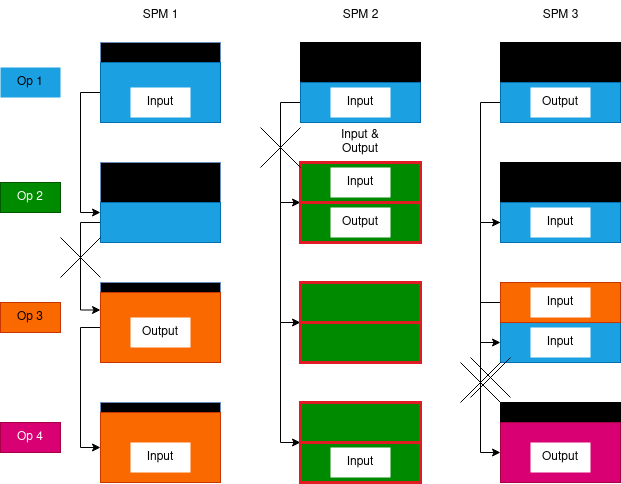
The draw.io diagram Figures/reuse_example_pin_all.png in mapochamp/tyj27_drexel_masters_thesis, before a commit. Source tidied: cells renumbered, new cells last; positions are measured from the earlier drawing's top-left corner, leaving out a move shared by most shapes. The source it was exported from:
```xml
<mxGraphModel>
  <root>
    <mxCell id="0" />
    <mxCell id="1" parent="0" />
    <mxCell id="2" style="rounded=0;whiteSpace=wrap;html=1;fillColor=#000000;strokeColor=#6c8ebf;" parent="1" vertex="1">
      <mxGeometry x="100" y="42" width="120" height="80" as="geometry" />
    </mxCell>
    <mxCell id="3" style="rounded=0;whiteSpace=wrap;html=1;strokeColor=#000000;fillColor=#000000;" parent="1" vertex="1">
      <mxGeometry x="300" y="42" width="120" height="80" as="geometry" />
    </mxCell>
    <mxCell id="4" style="rounded=0;whiteSpace=wrap;html=1;fillColor=#000000;" parent="1" vertex="1">
      <mxGeometry x="500" y="42" width="120" height="80" as="geometry" />
    </mxCell>
    <mxCell id="5" value="Op 1" style="text;html=1;strokeColor=none;fillColor=#1BA1E2;align=center;verticalAlign=middle;whiteSpace=wrap;rounded=0;" parent="1" vertex="1">
      <mxGeometry y="67" width="60" height="30" as="geometry" />
    </mxCell>
    <mxCell id="6" style="edgeStyle=orthogonalEdgeStyle;rounded=0;jettySize=auto;html=1;exitX=0;exitY=0.5;exitDx=0;exitDy=0;entryX=0;entryY=0.25;entryDx=0;entryDy=0;" parent="1" edge="1" source="7" target="56">
      <mxGeometry relative="1" as="geometry" />
    </mxCell>
    <mxCell id="7" style="rounded=0;whiteSpace=wrap;html=1;fillColor=#1ba1e2;strokeColor=#006EAF;fontColor=#ffffff;" parent="1" vertex="1">
      <mxGeometry x="100" y="62" width="120" height="60" as="geometry" />
    </mxCell>
    <mxCell id="8" style="edgeStyle=orthogonalEdgeStyle;rounded=0;jettySize=auto;html=1;exitX=0;exitY=0.5;exitDx=0;exitDy=0;entryX=0;entryY=0;entryDx=0;entryDy=0;" parent="1" edge="1" source="9" target="23">
      <mxGeometry relative="1" as="geometry">
        <Array as="points">
          <mxPoint x="280" y="102" />
          <mxPoint x="280" y="202" />
        </Array>
      </mxGeometry>
    </mxCell>
    <mxCell id="9" style="rounded=0;whiteSpace=wrap;html=1;fillColor=#1ba1e2;strokeColor=#006EAF;fontColor=#ffffff;" parent="1" vertex="1">
      <mxGeometry x="300" y="82" width="120" height="40" as="geometry" />
    </mxCell>
    <mxCell id="10" style="edgeStyle=orthogonalEdgeStyle;rounded=0;jettySize=auto;html=1;exitX=0;exitY=0.5;exitDx=0;exitDy=0;entryX=0;entryY=0.5;entryDx=0;entryDy=0;" parent="1" edge="1" source="11" target="21">
      <mxGeometry relative="1" as="geometry" />
    </mxCell>
    <mxCell id="11" style="rounded=0;whiteSpace=wrap;html=1;fillColor=#1ba1e2;strokeColor=#006EAF;fontColor=#ffffff;" parent="1" vertex="1">
      <mxGeometry x="500" y="82" width="120" height="40" as="geometry" />
    </mxCell>
    <mxCell id="12" value="Op 2" style="text;html=1;strokeColor=#005700;fillColor=#008a00;align=center;verticalAlign=middle;whiteSpace=wrap;rounded=0;fontColor=#ffffff;" parent="1" vertex="1">
      <mxGeometry y="182" width="60" height="30" as="geometry" />
    </mxCell>
    <mxCell id="13" style="rounded=0;whiteSpace=wrap;html=1;strokeColor=#000000;fillColor=#000000;" parent="1" vertex="1">
      <mxGeometry x="300" y="162" width="120" height="80" as="geometry" />
    </mxCell>
    <mxCell id="14" style="rounded=0;whiteSpace=wrap;html=1;fillColor=#000000;strokeColor=#6c8ebf;" parent="1" vertex="1">
      <mxGeometry x="100" y="162" width="120" height="80" as="geometry" />
    </mxCell>
    <mxCell id="15" style="rounded=0;whiteSpace=wrap;html=1;fillColor=#000000;" parent="1" vertex="1">
      <mxGeometry x="500" y="162" width="120" height="80" as="geometry" />
    </mxCell>
    <mxCell id="16" value="&lt;div&gt;Input&lt;/div&gt;" style="text;html=1;strokeColor=none;fillColor=default;align=center;verticalAlign=middle;whiteSpace=wrap;rounded=0;" parent="1" vertex="1">
      <mxGeometry x="130" y="87" width="60" height="30" as="geometry" />
    </mxCell>
    <mxCell id="17" value="&lt;div&gt;Input&lt;/div&gt;" style="text;html=1;strokeColor=none;fillColor=default;align=center;verticalAlign=middle;whiteSpace=wrap;rounded=0;" parent="1" vertex="1">
      <mxGeometry x="330" y="87" width="60" height="30" as="geometry" />
    </mxCell>
    <mxCell id="18" value="&lt;div&gt;Output&lt;/div&gt;" style="text;html=1;strokeColor=none;fillColor=default;align=center;verticalAlign=middle;whiteSpace=wrap;rounded=0;" parent="1" vertex="1">
      <mxGeometry x="530" y="87" width="60" height="30" as="geometry" />
    </mxCell>
    <mxCell id="19" style="rounded=0;whiteSpace=wrap;html=1;fillColor=#008a00;fontColor=#ffffff;strokeColor=#e01b24;strokeWidth=3;" parent="1" vertex="1">
      <mxGeometry x="300" y="162" width="120" height="40" as="geometry" />
    </mxCell>
    <mxCell id="20" style="edgeStyle=orthogonalEdgeStyle;rounded=0;jettySize=auto;html=1;exitX=0;exitY=0.5;exitDx=0;exitDy=0;entryX=0;entryY=0.5;entryDx=0;entryDy=0;" parent="1" edge="1" source="21" target="29">
      <mxGeometry relative="1" as="geometry" />
    </mxCell>
    <mxCell id="21" style="rounded=0;whiteSpace=wrap;html=1;fillColor=#1ba1e2;strokeColor=#006EAF;fontColor=#ffffff;" parent="1" vertex="1">
      <mxGeometry x="500" y="202" width="120" height="40" as="geometry" />
    </mxCell>
    <mxCell id="22" style="edgeStyle=orthogonalEdgeStyle;rounded=0;jettySize=auto;html=1;exitX=0;exitY=0;exitDx=0;exitDy=0;entryX=0;entryY=0;entryDx=0;entryDy=0;" parent="1" edge="1" source="23" target="63">
      <mxGeometry relative="1" as="geometry">
        <Array as="points">
          <mxPoint x="280" y="202" />
          <mxPoint x="280" y="322" />
        </Array>
      </mxGeometry>
    </mxCell>
    <mxCell id="23" style="rounded=0;whiteSpace=wrap;html=1;fillColor=#008a00;fontColor=#ffffff;strokeColor=#e01b24;strokeWidth=3;" parent="1" vertex="1">
      <mxGeometry x="300" y="202" width="120" height="40" as="geometry" />
    </mxCell>
    <mxCell id="24" value="&lt;div&gt;Input &amp;amp; Output&lt;/div&gt;" style="text;html=1;strokeColor=none;fillColor=default;align=center;verticalAlign=middle;whiteSpace=wrap;rounded=0;" parent="1" vertex="1">
      <mxGeometry x="330" y="132" width="60" height="20" as="geometry" />
    </mxCell>
    <mxCell id="25" value="Op 3" style="text;html=1;strokeColor=#C73500;fillColor=#fa6800;align=center;verticalAlign=middle;whiteSpace=wrap;rounded=0;fontColor=#000000;" parent="1" vertex="1">
      <mxGeometry y="302" width="60" height="30" as="geometry" />
    </mxCell>
    <mxCell id="26" style="rounded=0;whiteSpace=wrap;html=1;strokeColor=#000000;fillColor=#000000;" parent="1" vertex="1">
      <mxGeometry x="300" y="282" width="120" height="80" as="geometry" />
    </mxCell>
    <mxCell id="27" style="rounded=0;whiteSpace=wrap;html=1;fillColor=#000000;strokeColor=#6c8ebf;" parent="1" vertex="1">
      <mxGeometry x="100" y="282" width="120" height="80" as="geometry" />
    </mxCell>
    <mxCell id="28" style="rounded=0;whiteSpace=wrap;html=1;fillColor=#000000;" parent="1" vertex="1">
      <mxGeometry x="500" y="282" width="120" height="80" as="geometry" />
    </mxCell>
    <mxCell id="29" style="rounded=0;whiteSpace=wrap;html=1;fillColor=#1ba1e2;strokeColor=#006EAF;fontColor=#ffffff;" parent="1" vertex="1">
      <mxGeometry x="500" y="322" width="120" height="40" as="geometry" />
    </mxCell>
    <mxCell id="30" style="edgeStyle=orthogonalEdgeStyle;rounded=0;jettySize=auto;html=1;exitX=0;exitY=0.5;exitDx=0;exitDy=0;entryX=0;entryY=0.5;entryDx=0;entryDy=0;" parent="1" edge="1" source="31" target="40">
      <mxGeometry relative="1" as="geometry" />
    </mxCell>
    <mxCell id="31" style="rounded=0;whiteSpace=wrap;html=1;fillColor=#fa6800;fontColor=#000000;strokeColor=#C73500;" parent="1" vertex="1">
      <mxGeometry x="500" y="282" width="120" height="40" as="geometry" />
    </mxCell>
    <mxCell id="32" style="edgeStyle=orthogonalEdgeStyle;rounded=0;jettySize=auto;html=1;exitX=0;exitY=0.5;exitDx=0;exitDy=0;entryX=0;entryY=0.5;entryDx=0;entryDy=0;" parent="1" edge="1" source="33" target="53">
      <mxGeometry relative="1" as="geometry" />
    </mxCell>
    <mxCell id="33" style="rounded=0;whiteSpace=wrap;html=1;fillColor=#fa6800;fontColor=#000000;strokeColor=#C73500;" parent="1" vertex="1">
      <mxGeometry x="100" y="292" width="120" height="70" as="geometry" />
    </mxCell>
    <mxCell id="34" value="Op 4" style="text;html=1;strokeColor=#A50040;fillColor=#d80073;align=center;verticalAlign=middle;whiteSpace=wrap;rounded=0;fontColor=#ffffff;" parent="1" vertex="1">
      <mxGeometry y="422" width="60" height="30" as="geometry" />
    </mxCell>
    <mxCell id="35" style="rounded=0;whiteSpace=wrap;html=1;strokeColor=#000000;fillColor=#000000;" parent="1" vertex="1">
      <mxGeometry x="300" y="402" width="120" height="80" as="geometry" />
    </mxCell>
    <mxCell id="36" style="rounded=0;whiteSpace=wrap;html=1;fillColor=#000000;strokeColor=#6c8ebf;" parent="1" vertex="1">
      <mxGeometry x="100" y="402" width="120" height="80" as="geometry" />
    </mxCell>
    <mxCell id="37" style="rounded=0;whiteSpace=wrap;html=1;fillColor=#000000;" parent="1" vertex="1">
      <mxGeometry x="500" y="402" width="120" height="80" as="geometry" />
    </mxCell>
    <mxCell id="38" style="edgeStyle=orthogonalEdgeStyle;rounded=0;orthogonalLoop=1;jettySize=auto;html=1;exitX=0.5;exitY=0;exitDx=0;exitDy=0;entryX=0.75;entryY=1;entryDx=0;entryDy=0;" parent="1" edge="1">
      <mxGeometry relative="1" as="geometry">
        <mxPoint x="160" y="432" as="sourcePoint" />
        <mxPoint x="175" y="402" as="targetPoint" />
      </mxGeometry>
    </mxCell>
    <mxCell id="39" style="edgeStyle=orthogonalEdgeStyle;rounded=0;jettySize=auto;html=1;exitX=0.5;exitY=0;exitDx=0;exitDy=0;entryX=0.5;entryY=0;entryDx=0;entryDy=0;" parent="1" edge="1" target="36">
      <mxGeometry relative="1" as="geometry">
        <mxPoint x="160" y="432" as="sourcePoint" />
      </mxGeometry>
    </mxCell>
    <mxCell id="40" style="rounded=0;whiteSpace=wrap;html=1;fillColor=#d80073;fontColor=#ffffff;strokeColor=#A50040;" parent="1" vertex="1">
      <mxGeometry x="500" y="422" width="120" height="60" as="geometry" />
    </mxCell>
    <mxCell id="41" value="&lt;div&gt;SPM 1&lt;/div&gt;" style="text;html=1;align=center;verticalAlign=middle;strokeColor=none;fillColor=none;" parent="1" vertex="1">
      <mxGeometry x="130" width="60" height="30" as="geometry" />
    </mxCell>
    <mxCell id="42" value="&lt;div&gt;SPM 2&lt;br&gt;&lt;/div&gt;" style="text;html=1;align=center;verticalAlign=middle;strokeColor=none;fillColor=none;" parent="1" vertex="1">
      <mxGeometry x="330" width="60" height="30" as="geometry" />
    </mxCell>
    <mxCell id="43" value="&lt;div&gt;SPM 3&lt;br&gt;&lt;/div&gt;" style="text;html=1;align=center;verticalAlign=middle;strokeColor=none;fillColor=none;" parent="1" vertex="1">
      <mxGeometry x="530" width="60" height="30" as="geometry" />
    </mxCell>
    <mxCell id="44" value="&lt;div&gt;Input&lt;/div&gt;" style="text;html=1;strokeColor=none;fillColor=default;align=center;verticalAlign=middle;whiteSpace=wrap;rounded=0;" parent="1" vertex="1">
      <mxGeometry x="330" y="167" width="60" height="30" as="geometry" />
    </mxCell>
    <mxCell id="45" value="&lt;div&gt;Output&lt;/div&gt;" style="text;html=1;strokeColor=none;fillColor=default;align=center;verticalAlign=middle;whiteSpace=wrap;rounded=0;" parent="1" vertex="1">
      <mxGeometry x="330" y="207" width="60" height="30" as="geometry" />
    </mxCell>
    <mxCell id="46" value="&lt;div&gt;Input&lt;/div&gt;" style="text;html=1;strokeColor=none;fillColor=default;align=center;verticalAlign=middle;whiteSpace=wrap;rounded=0;" parent="1" vertex="1">
      <mxGeometry x="530" y="207" width="60" height="30" as="geometry" />
    </mxCell>
    <mxCell id="47" value="&lt;div&gt;Input&lt;/div&gt;" style="text;html=1;strokeColor=none;fillColor=default;align=center;verticalAlign=middle;whiteSpace=wrap;rounded=0;" parent="1" vertex="1">
      <mxGeometry x="530" y="327" width="60" height="30" as="geometry" />
    </mxCell>
    <mxCell id="48" value="&lt;div&gt;Input&lt;/div&gt;" style="text;html=1;strokeColor=none;fillColor=default;align=center;verticalAlign=middle;whiteSpace=wrap;rounded=0;" parent="1" vertex="1">
      <mxGeometry x="530" y="287" width="60" height="30" as="geometry" />
    </mxCell>
    <mxCell id="49" value="&lt;div&gt;Output&lt;/div&gt;" style="text;html=1;strokeColor=none;fillColor=default;align=center;verticalAlign=middle;whiteSpace=wrap;rounded=0;" parent="1" vertex="1">
      <mxGeometry x="130" y="317" width="60" height="30" as="geometry" />
    </mxCell>
    <mxCell id="50" style="rounded=0;whiteSpace=wrap;html=1;fillColor=#008a00;fontColor=#ffffff;strokeColor=none;strokeWidth=3;" parent="1" vertex="1">
      <mxGeometry x="300" y="322" width="120" height="40" as="geometry" />
    </mxCell>
    <mxCell id="51" value="&lt;div&gt;Output&lt;/div&gt;" style="text;html=1;strokeColor=none;fillColor=default;align=center;verticalAlign=middle;whiteSpace=wrap;rounded=0;" parent="1" vertex="1">
      <mxGeometry x="530" y="442" width="60" height="30" as="geometry" />
    </mxCell>
    <mxCell id="52" style="rounded=0;whiteSpace=wrap;html=1;fillColor=#008a00;fontColor=#ffffff;strokeColor=none;strokeWidth=3;" parent="1" vertex="1">
      <mxGeometry x="300" y="442" width="120" height="40" as="geometry" />
    </mxCell>
    <mxCell id="53" style="rounded=0;whiteSpace=wrap;html=1;fillColor=#fa6800;fontColor=#000000;strokeColor=#C73500;" parent="1" vertex="1">
      <mxGeometry x="100" y="412" width="120" height="70" as="geometry" />
    </mxCell>
    <mxCell id="54" value="&lt;div&gt;Input&lt;/div&gt;" style="text;html=1;strokeColor=none;fillColor=default;align=center;verticalAlign=middle;whiteSpace=wrap;rounded=0;" parent="1" vertex="1">
      <mxGeometry x="130" y="442" width="60" height="30" as="geometry" />
    </mxCell>
    <mxCell id="55" style="edgeStyle=orthogonalEdgeStyle;rounded=0;jettySize=auto;html=1;exitX=0;exitY=0.5;exitDx=0;exitDy=0;entryX=0;entryY=0.25;entryDx=0;entryDy=0;" parent="1" edge="1" source="56" target="33">
      <mxGeometry relative="1" as="geometry" />
    </mxCell>
    <mxCell id="56" style="rounded=0;whiteSpace=wrap;html=1;fillColor=#1ba1e2;strokeColor=#006EAF;fontColor=#ffffff;" parent="1" vertex="1">
      <mxGeometry x="100" y="202" width="120" height="40" as="geometry" />
    </mxCell>
    <mxCell id="57" style="shape=mxgraph.sysml.x;" parent="1" vertex="1">
      <mxGeometry x="60" y="237" width="40" height="40" as="geometry" />
    </mxCell>
    <mxCell id="58" style="shape=mxgraph.sysml.x;" parent="1" vertex="1">
      <mxGeometry x="460" y="362" width="40" height="40" as="geometry" />
    </mxCell>
    <mxCell id="59" style="shape=mxgraph.sysml.x;" parent="1" vertex="1">
      <mxGeometry x="260" y="127" width="40" height="40" as="geometry" />
    </mxCell>
    <mxCell id="60" style="rounded=0;whiteSpace=wrap;html=1;fillColor=#008a00;fontColor=#ffffff;strokeColor=#e01b24;strokeWidth=3;" parent="1" vertex="1">
      <mxGeometry x="300" y="282" width="120" height="40" as="geometry" />
    </mxCell>
    <mxCell id="61" style="rounded=0;whiteSpace=wrap;html=1;fillColor=#008a00;fontColor=#ffffff;strokeColor=#e01b24;strokeWidth=3;" parent="1" vertex="1">
      <mxGeometry x="300" y="402" width="120" height="40" as="geometry" />
    </mxCell>
    <mxCell id="62" style="edgeStyle=orthogonalEdgeStyle;rounded=0;jettySize=auto;html=1;exitX=0;exitY=0;exitDx=0;exitDy=0;entryX=0;entryY=0;entryDx=0;entryDy=0;" parent="1" edge="1" source="63" target="64">
      <mxGeometry relative="1" as="geometry">
        <Array as="points">
          <mxPoint x="280" y="322" />
          <mxPoint x="280" y="442" />
        </Array>
      </mxGeometry>
    </mxCell>
    <mxCell id="63" style="rounded=0;whiteSpace=wrap;html=1;fillColor=#008a00;fontColor=#ffffff;strokeColor=#e01b24;strokeWidth=3;" parent="1" vertex="1">
      <mxGeometry x="300" y="322" width="120" height="40" as="geometry" />
    </mxCell>
    <mxCell id="64" style="rounded=0;whiteSpace=wrap;html=1;fillColor=#008a00;fontColor=#ffffff;strokeColor=#e01b24;strokeWidth=3;" parent="1" vertex="1">
      <mxGeometry x="300" y="442" width="120" height="40" as="geometry" />
    </mxCell>
    <mxCell id="65" value="&lt;div&gt;Input&lt;/div&gt;" style="text;html=1;strokeColor=none;fillColor=default;align=center;verticalAlign=middle;whiteSpace=wrap;rounded=0;" parent="1" vertex="1">
      <mxGeometry x="330" y="447" width="60" height="30" as="geometry" />
    </mxCell>
    <mxCell id="66" style="shape=mxgraph.sysml.x;" parent="1" vertex="1">
      <mxGeometry x="470" y="357" width="40" height="40" as="geometry" />
    </mxCell>
  </root>
</mxGraphModel>
```
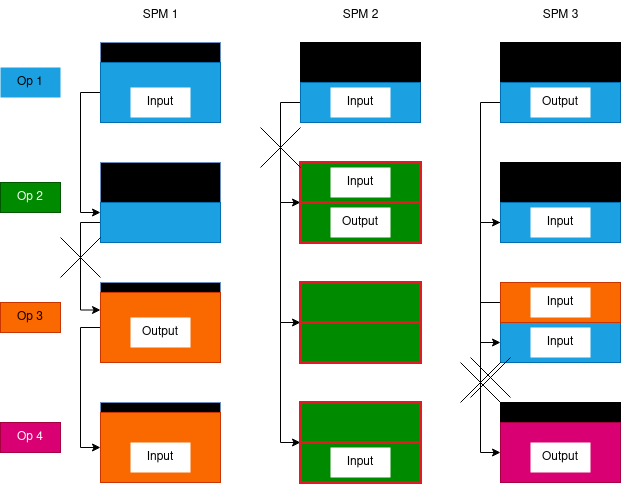
The same file after the commit.

Change to the diagram source:
```diff
@@ -78,9 +78,6 @@
     <mxCell id="23" style="rounded=0;whiteSpace=wrap;html=1;fillColor=#008a00;fontColor=#ffffff;strokeColor=#e01b24;strokeWidth=3;" parent="1" vertex="1">
       <mxGeometry x="300" y="202" width="120" height="40" as="geometry" />
     </mxCell>
-    <mxCell id="24" value="&lt;div&gt;Input &amp;amp; Output&lt;/div&gt;" style="text;html=1;strokeColor=none;fillColor=default;align=center;verticalAlign=middle;whiteSpace=wrap;rounded=0;" parent="1" vertex="1">
-      <mxGeometry x="330" y="132" width="60" height="20" as="geometry" />
-    </mxCell>
     <mxCell id="25" value="Op 3" style="text;html=1;strokeColor=#C73500;fillColor=#fa6800;align=center;verticalAlign=middle;whiteSpace=wrap;rounded=0;fontColor=#000000;" parent="1" vertex="1">
       <mxGeometry y="302" width="60" height="30" as="geometry" />
     </mxCell>
```
